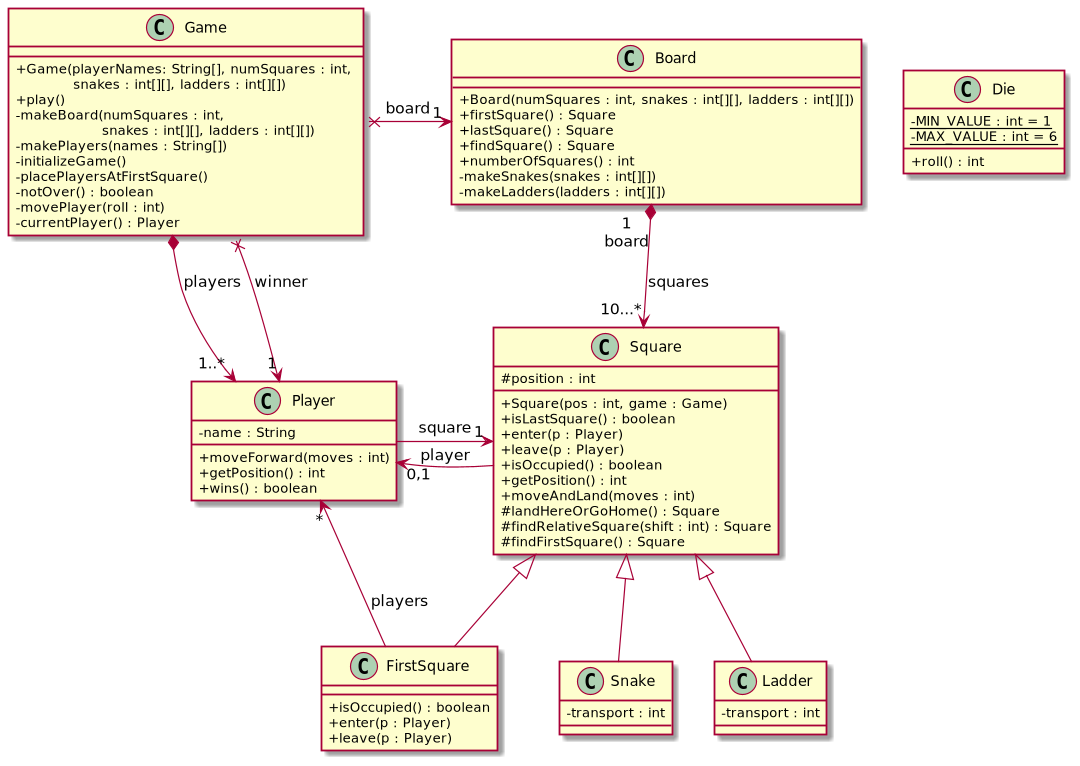
Before: src/snakesAndLadders.png, a diagram exported from PlantUML (nilcamprubi/sd_snakes_and_ladders). Source of this version:
```plantuml
@startuml
skinparam classAttributeIconSize 0

class Square {
    # position : int
    + Square(pos : int, game : Game)
    + isLastSquare() : boolean
    + enter(p : Player)
    + leave(p : Player)
    + isOccupied() : boolean
    + getPosition() : int
    + moveAndLand(moves : int)
    # landHereOrGoHome() : Square
    # findRelativeSquare(shift : int) : Square
    # findFirstSquare() : Square
}

class Player {
- name : String
+ moveForward(moves : int)
+ getPosition() : int
+ wins() : boolean
}

class Game {
    + Game(playerNames: String[], numSquares : int, \n\t    snakes : int[][], ladders : int[][])
    + play()
    - makeBoard(numSquares : int, \n\t\t  snakes : int[][], ladders : int[][])
    - makePlayers(names : String[])
    - initializeGame()
    - placePlayersAtFirstSquare()
    - notOver() : boolean
    - movePlayer(roll : int)
    - currentPlayer() : Player
}

class Board {
    + Board(numSquares : int, snakes : int[][], ladders : int[][])
    + firstSquare() : Square
    + lastSquare() : Square
    + findSquare() : Square
    + numberOfSquares() : int
    - makeSnakes(snakes : int[][])
    - makeLadders(ladders : int[][])
}

class Die {
    - {static} MIN_VALUE : int = 1
    - {static} MAX_VALUE : int = 6
    + roll() : int
}

class Snake extends Square {
    - transport : int
}

class Ladder extends Square {
    - transport : int
}

class FirstSquare extends Square {
    + isOccupied() : boolean
    + enter(p : Player)
    + leave(p : Player)
}

Game x--right--> "1" Board : board
Board "1\nboard" *-down-> "10...*" Square : squares
Game *-down-> "1..*" Player : players
Game x-down-> "1" Player : winner
Square -left-> "0,1" Player : player
Player -right-> "1" Square : square
FirstSquare -left-> "*" Player : players
@enduml
```
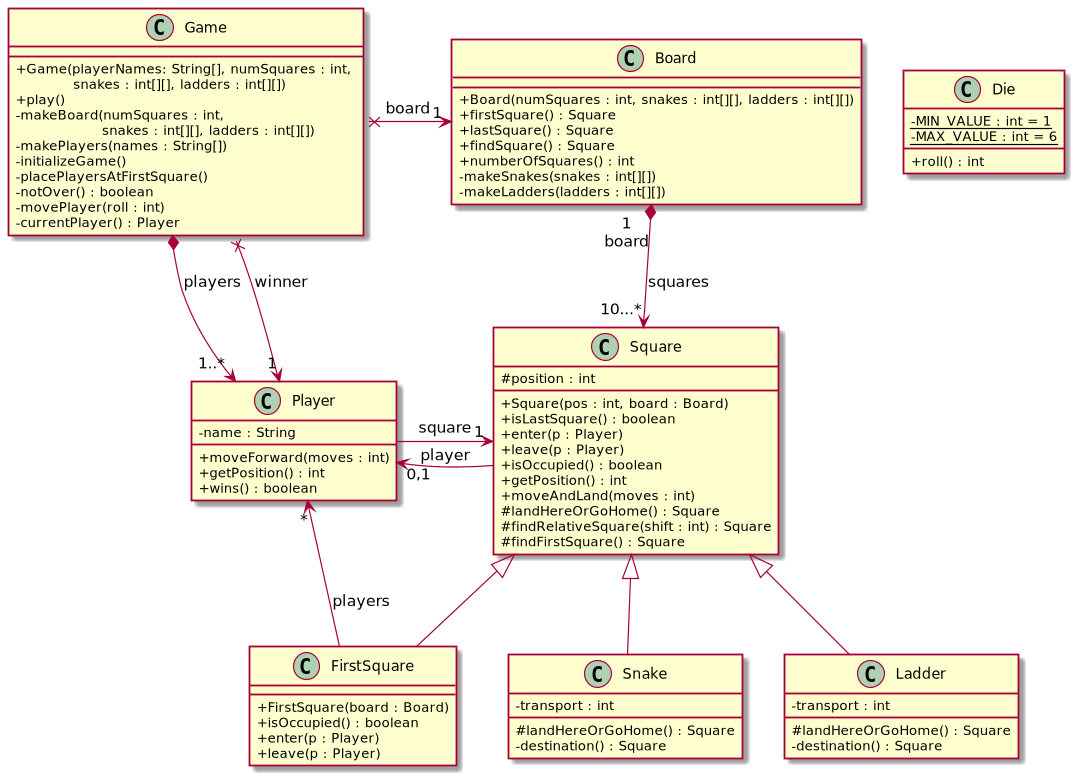
Above is the later version.

Diff of the diagram source:
```diff
@@ -3,7 +3,7 @@
 
 class Square {
     # position : int
-    + Square(pos : int, game : Game)
+    + Square(pos : int, board : Board)
     + isLastSquare() : boolean
     + enter(p : Player)
     + leave(p : Player)
@@ -52,13 +52,18 @@
 
 class Snake extends Square {
     - transport : int
+    # landHereOrGoHome() : Square
+    - destination() : Square
 }
 
 class Ladder extends Square {
     - transport : int
+    # landHereOrGoHome() : Square
+    - destination() : Square
 }
 
 class FirstSquare extends Square {
+    + FirstSquare(board : Board)
     + isOccupied() : boolean
     + enter(p : Player)
     + leave(p : Player)
```
